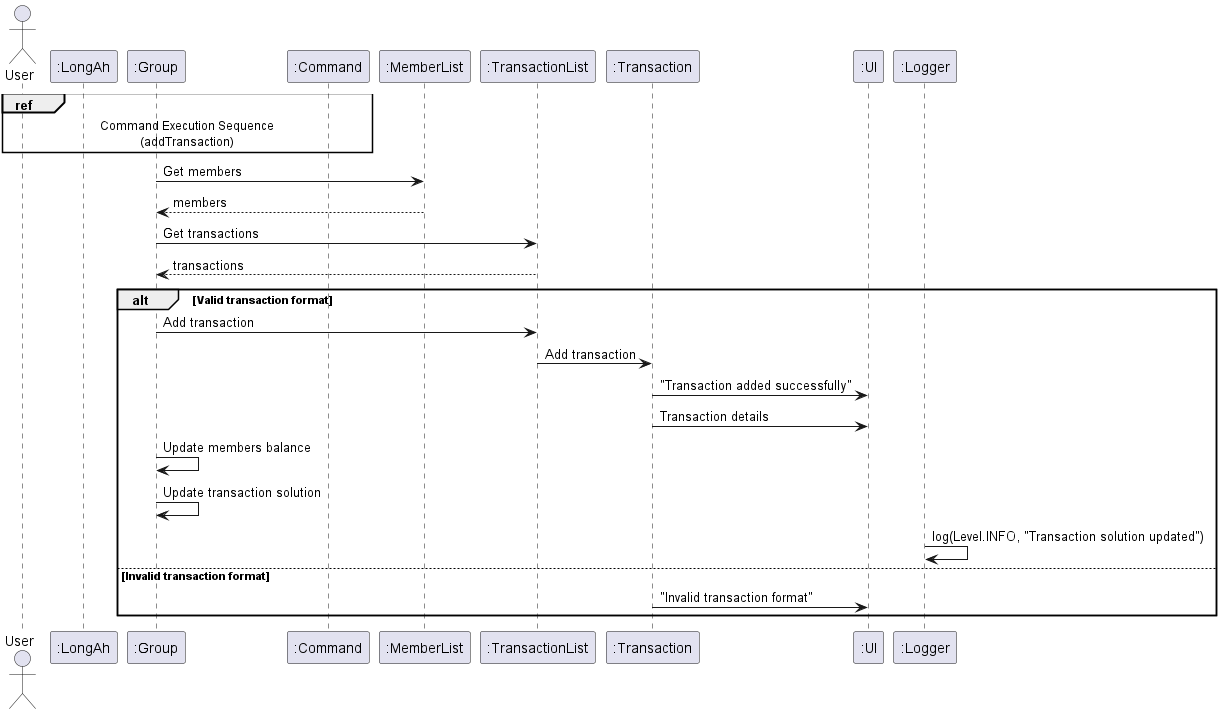
This is docs/diagrams/addTransaction.png from AY2324S2-CS2113-T15-1/tp, a PlantUML export, as it was before one commit.
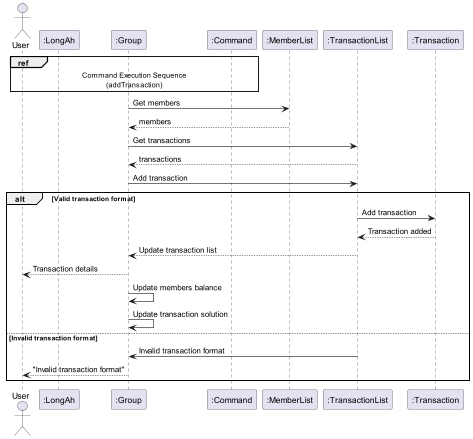
After the commit.

Commit message:
Fixes for Transaction diagram

What changed in the source:
```diff
@@ -7,7 +7,6 @@
 participant ":MemberList"
 participant ":TransactionList"
 participant ":Transaction"
-participant ":UI"
 
 
 ref over "User" , ":Command"
@@ -18,16 +17,17 @@
 ":MemberList" --> ":Group" : members
 ":Group" -> ":TransactionList" : Get transactions
 ":TransactionList" --> ":Group" : transactions
+":Group" -> ":TransactionList": Add transaction
 alt Valid transaction format
-    ":Group" -> ":TransactionList": Add transaction
     ":TransactionList" -> ":Transaction": Add transaction
-    ":Transaction" -> ":UI": "Transaction added successfully"
-    ":Transaction" -> ":UI": Transaction details
+    ":Transaction" --> ":TransactionList": Transaction added
+    ":TransactionList" --> ":Group": Update transaction list
+    ":Group" --> "User": Transaction details
     ":Group" -> ":Group": Update members balance
     ":Group" -> ":Group": Update transaction solution
-    ":Logger" -> ":Logger": log(Level.INFO, "Transaction solution updated")
 else Invalid transaction format
-    ":Transaction" -> ":UI": "Invalid transaction format"
+    ":TransactionList" -> ":Group": Invalid transaction format
+    ":Group" --> "User" : "Invalid transaction format"
 end
 
 @enduml
```
